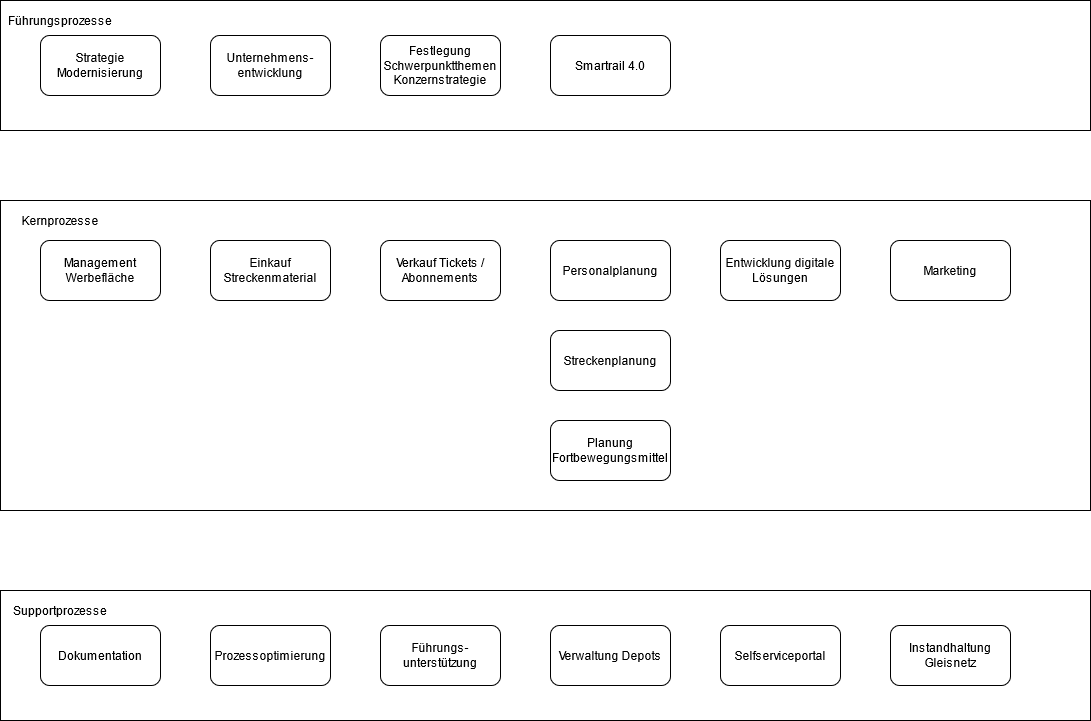
This is ProzessMAP_A4.png from MokthecoolWok/m254, a draw.io export, as it was before one commit. Source tidied: cells renumbered, new cells last; positions are measured from the earlier drawing's top-left corner, leaving out a move shared by most shapes.
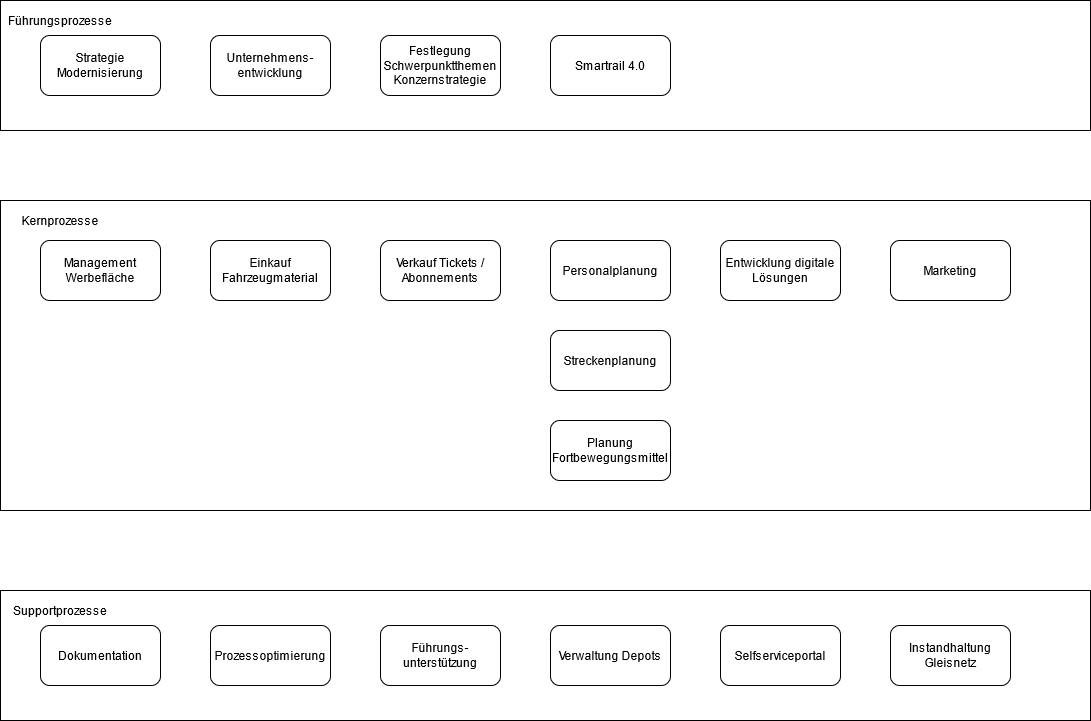
After the change.

Change to the diagram source:
```diff
@@ -17,7 +17,7 @@
     <mxCell id="6" value="Entwicklung digitale Lösungen" style="rounded=1;whiteSpace=wrap;html=1;" parent="2" vertex="1">
       <mxGeometry x="720" y="40" width="120" height="60" as="geometry" />
     </mxCell>
-    <mxCell id="7" value="Einkauf Streckenmaterial" style="rounded=1;whiteSpace=wrap;html=1;" parent="2" vertex="1">
+    <mxCell id="7" value="Einkauf Fahrzeugmaterial" style="rounded=1;whiteSpace=wrap;html=1;" parent="2" vertex="1">
       <mxGeometry x="210" y="40" width="120" height="60" as="geometry" />
     </mxCell>
     <mxCell id="8" value="Verkauf Tickets / Abonnements" style="rounded=1;whiteSpace=wrap;html=1;" parent="2" vertex="1">
```
